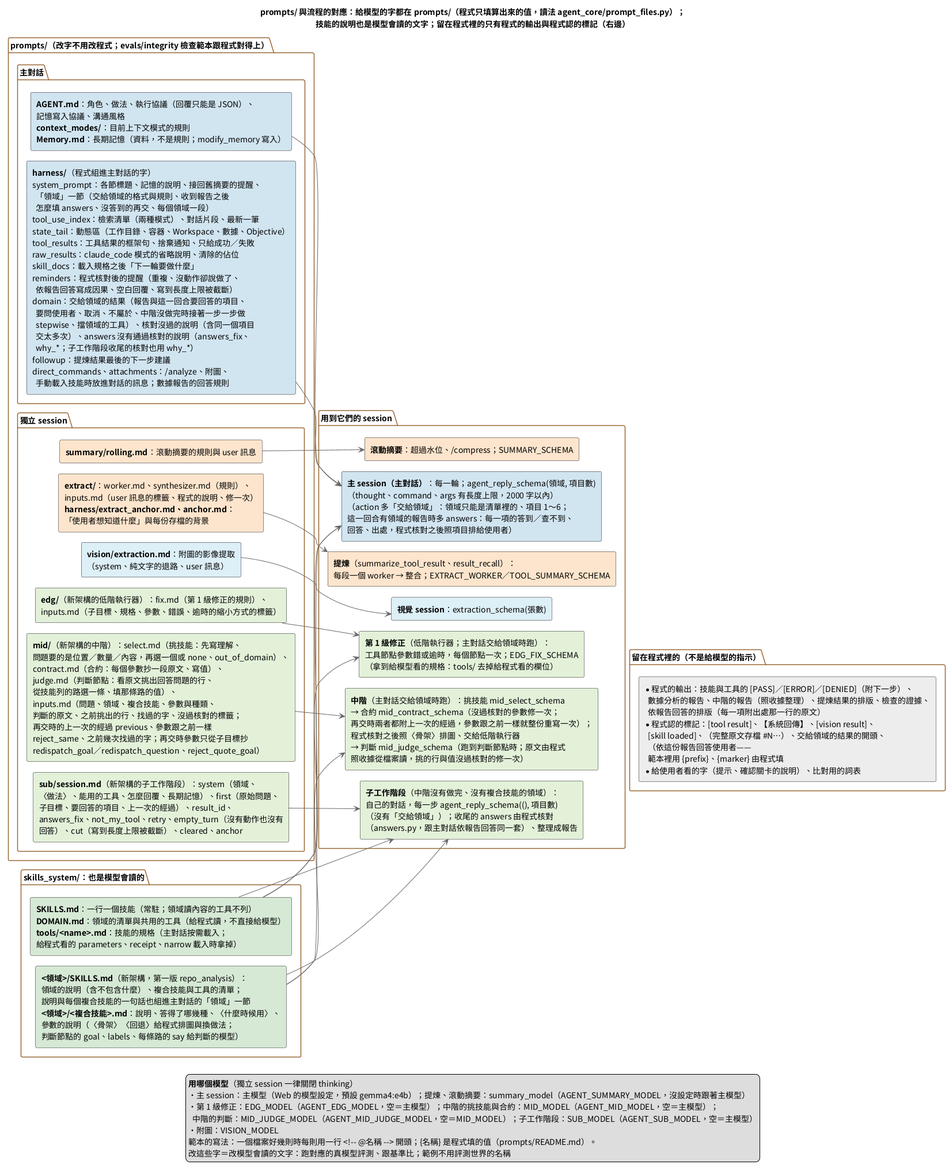
Earlier version of the PlantUML export doc/images/prompts與流程的對應.png (DavidZox/Coding_agnet).
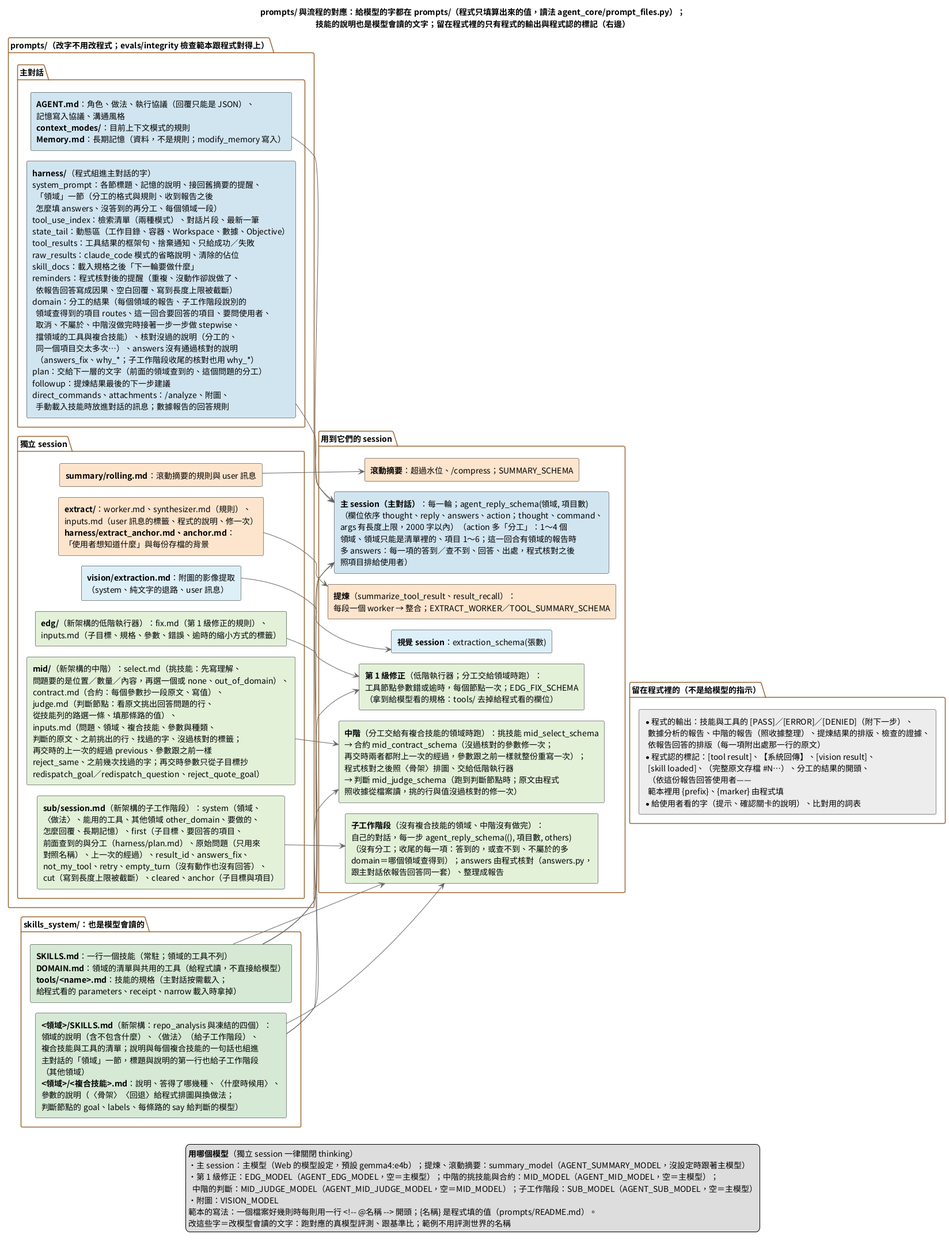
After the commit.

Diff of the diagram source:
```diff
@@ -21,8 +21,8 @@
     rectangle P_HARNESS #D1E5F0 [
       **harness/**（程式組進主對話的字）
       system_prompt：各節標題、記憶的說明、接回舊摘要的提醒、
-        「領域」一節（交給領域的格式與規則、收到報告之後
-        怎麼填 answers、沒答到的再交、每個領域一段）
+        「領域」一節（分工的格式與規則、收到報告之後
+        怎麼填 answers、沒答到的再分工、每個領域一段）
       tool_use_index：檢索清單（兩種模式）、對話片段、最新一筆
       state_tail：動態區（工作目錄、容器、Workspace、數據、Objective）
       tool_results：工具結果的框架句、捨棄通知、只給成功／失敗
@@ -30,11 +30,13 @@
       skill_docs：載入規格之後「下一輪要做什麼」
       reminders：程式核對後的提醒（重複、沒動作卻說做了、
         依報告回答寫成因果、空白回覆、寫到長度上限被截斷）
-      domain：交給領域的結果（報告與這一回合要回答的項目、
-        要問使用者、取消、不屬於、中階沒做完時接著一步一步做
-        stepwise、擋領域的工具）、核對沒過的說明（含同一個項目
-        交太多次）、answers 沒有通過核對的說明（answers_fix、
-        why_*；子工作階段收尾的核對也用 why_*）
+      domain：分工的結果（每個領域的報告、子工作階段說別的
+        領域查得到的項目 routes、這一回合要回答的項目、要問使用者、
+        取消、不屬於、中階沒做完時接著一步一步做 stepwise、
+        擋領域的工具與複合技能）、核對沒過的說明（分工的、
+        同一個項目交太多次…）、answers 沒有通過核對的說明
+        （answers_fix、why_*；子工作階段收尾的核對也用 why_*）
+      plan：交給下一層的文字（前面的領域查到的、這個問題的分工）
       followup：提煉結果最後的下一步建議
       direct_commands、attachments：/analyze、附圖、
         手動載入技能時放進對話的訊息；數據報告的回答規則
@@ -72,25 +74,29 @@
     ]
     rectangle P_SUB #E2F0D9 [
       **sub/session.md**（新架構的子工作階段）：system（領域、
-      〈做法〉、能用的工具、怎麼回覆、長期記憶）、first（原始問題、
-      子目標、要回答的項目、上一次的經過）、result_id、
-      answers_fix、not_my_tool、retry、empty_turn（沒有動作也沒有
-      回答）、cut（寫到長度上限被截斷）、cleared、anchor
+      〈做法〉、能用的工具、其他領域 other_domain、要做的、
+      怎麼回覆、長期記憶）、first（子目標、要回答的項目、
+      前面查到的與分工（harness/plan.md）、原始問題（只用來
+      對照名稱）、上一次的經過）、result_id、answers_fix、
+      not_my_tool、retry、empty_turn（沒有動作也沒有回答）、
+      cut（寫到長度上限被截斷）、cleared、anchor（子目標與項目）
     ]
   }
 }
 
 package "skills_system/：也是模型會讀的" {
   rectangle K_ALL #D5E8D4 [
-    **SKILLS.md**：一行一個技能（常駐；領域讀內容的工具不列）
+    **SKILLS.md**：一行一個技能（常駐；領域的工具不列）
     **DOMAIN.md**：領域的清單與共用的工具（給程式讀，不直接給模型）
     **tools/<name>.md**：技能的規格（主對話按需載入；
     給程式看的 parameters、receipt、narrow 載入時拿掉）
   ]
   rectangle K_DOMAIN #D5E8D4 [
-    **<領域>/SKILLS.md**（新架構，第一版 repo_analysis）：
-    領域的說明（含不包含什麼）、複合技能與工具的清單；
-    說明與每個複合技能的一句話也組進主對話的「領域」一節
+    **<領域>/SKILLS.md**（新架構：repo_analysis 與凍結的四個）：
+    領域的說明（含不包含什麼）、〈做法〉（給子工作階段）、
+    複合技能與工具的清單；說明與每個複合技能的一句話也組進
+    主對話的「領域」一節，標題與說明的第一行也給子工作階段
+    （其他領域）
     **<領域>/<複合技能>.md**：說明、答得了哪幾種、〈什麼時候用〉、
     參數的說明（〈骨架〉〈回退〉給程式排圖與換做法；
     判斷節點的 goal、labels、每條路的 say 給判斷的模型）
@@ -100,16 +106,18 @@
 package "用到它們的 session" {
   rectangle S_MAIN #D1E5F0 [
     **主 session（主對話）**：每一輪；agent_reply_schema(領域, 項目數)
-    （thought、command、args 有長度上限，2000 字以內）
-    （action 多「交給領域」：領域只能是清單裡的、項目 1～6；
-    這一回合有領域的報告時多 answers：每一項的答到／查不到、
-    回答、出處，程式核對之後照項目排給使用者）
+    （欄位依序 thought、reply、answers、action；thought、command、
+    args 有長度上限，2000 字以內）（action 多「分工」：1～4 個
+    領域、領域只能是清單裡的、項目 1～6；這一回合有領域的報告時
+    多 answers：每一項的答到／查不到、回答、出處，程式核對之後
+    照項目排給使用者）
   ]
   rectangle S_SUB #E2F0D9 [
-    **子工作階段**（中階沒有做完、沒有複合技能的領域）：
-    自己的對話，每一步 agent_reply_schema((), 項目數)
-    （沒有「交給領域」）；收尾的 answers 由程式核對
-    （answers.py，跟主對話依報告回答同一套）、整理成報告
+    **子工作階段**（沒有複合技能的領域、中階沒有做完）：
+    自己的對話，每一步 agent_reply_schema((), 項目數, others)
+    （沒有分工；收尾的每一項：答到的，或查不到、不屬於的多
+    domain＝哪個領域查得到）；answers 由程式核對（answers.py，
+    跟主對話依報告回答同一套）、整理成報告
   ]
   rectangle S_SUMMARY #FCE5CD [
     **滾動摘要**：超過水位、/compress；SUMMARY_SCHEMA
@@ -122,12 +130,12 @@
     **視覺 session**：extraction_schema(張數)
   ]
   rectangle S_EDG #E2F0D9 [
-    **第 1 級修正**（低階執行器；主對話交給領域時跑）：
+    **第 1 級修正**（低階執行器；分工交給領域時跑）：
     工具節點參數錯或逾時，每個節點一次；EDG_FIX_SCHEMA
     （拿到給模型看的規格：tools/ 去掉給程式看的欄位）
   ]
   rectangle S_MID #E2F0D9 [
-    **中階**（主對話交給領域時跑）：挑技能 mid_select_schema
+    **中階**（分工交給有複合技能的領域時跑）：挑技能 mid_select_schema
     → 合約 mid_contract_schema（沒過核對的參數修一次；
     再交時兩者都附上一次的經過，參數跟之前一樣就整份重寫一次）；
     程式核對之後照〈骨架〉排圖、交給低階執行器
@@ -142,7 +150,7 @@
       數據分析的報告、中階的報告（照收據整理）、提煉結果的排版、檢查的證據、
       依報告回答的排版（每一項附出處那一行的原文）
     * 程式認的標記：[tool result]、【系統回傳】、[vision result]、
-      [skill loaded]、（完整原文存檔 #N…）、交給領域的結果的開頭、
+      [skill loaded]、（完整原文存檔 #N…）、分工的結果的開頭、
       （依這份報告回答使用者——
       範本裡用 {prefix}、{marker} 由程式填
     * 給使用者看的字（提示、確認關卡的說明）、比對用的詞表
```
